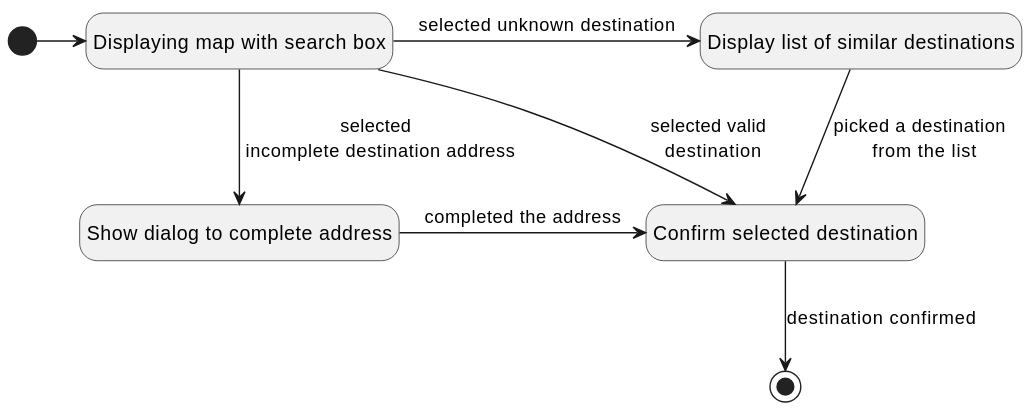
Earlier version of the PlantUML export documentation/uml/uml-state-machine-uc-004.svg (Kruchji/NSWI041).
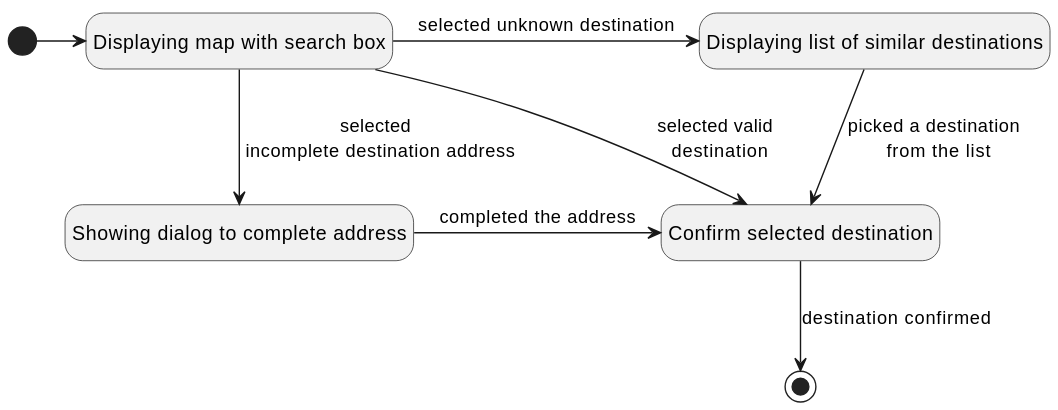
After the change.

Commit message:
Update uc 004 state names

What changed in the source:
```diff
@@ -2,8 +2,8 @@
 hide empty description
 state "Displaying map with search box" as Map
 state "Confirm selected destination" as Confirm
-state "Show dialog to complete address" as Incomplete
-state "Display list of similar destinations" as Unknown
+state "Showing dialog to complete address" as Incomplete
+state "Displaying list of similar destinations" as Unknown
 
 [*] -r-> Map
 Map -d-> Confirm : selected valid \n destination
```
